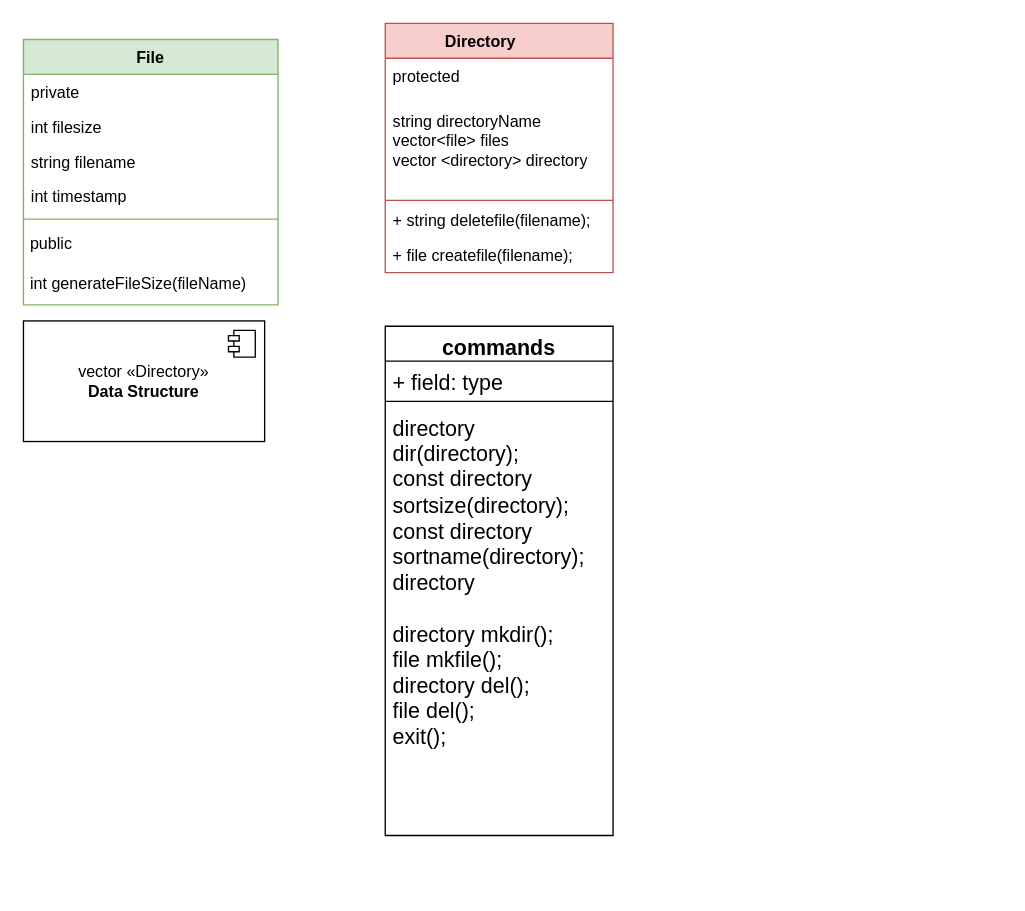
Above: FakeFileSystem.drawio in SultanFK1/FakeFileSystem-Assignment (draw.io), before the change. Source tidied: cells renumbered, new cells numbered last; positions are measured from the earlier drawing's top-left corner, leaving out a move shared by most shapes. Both pictures are drawn from the tidied source at 134%, with x=0, y=0 at pixel (23, 23).
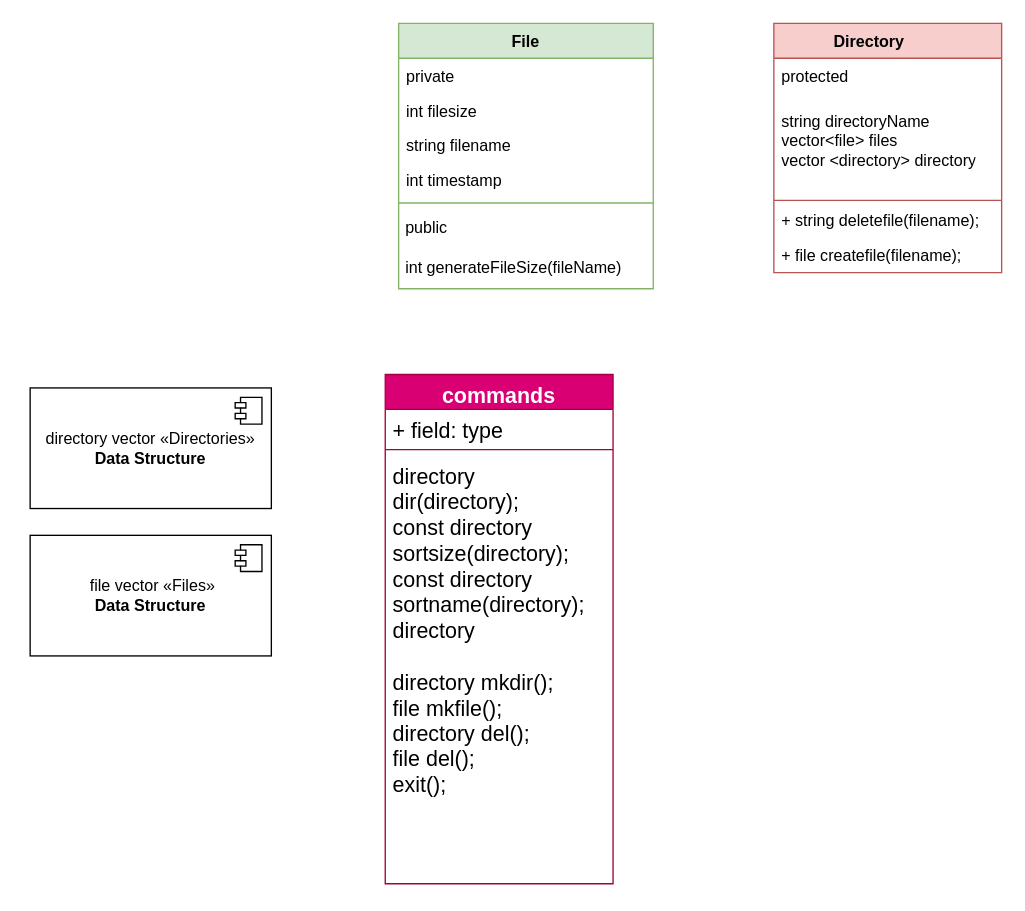
After the change.

Change to the diagram source:
```diff
@@
     <mxCell id="2" value="File" style="swimlane;fontStyle=1;align=center;verticalAlign=top;horizontal=1;startSize=26;whiteSpace=wrap;html=1;fillColor=#d5e8d4;strokeColor=#82b366;" parent="1" vertex="1">
-      <mxGeometry y="12" width="190" height="198" as="geometry" />
+      <mxGeometry x="280" width="190" height="198" as="geometry" />
     </mxCell>
@@
     <mxCell id="10" value="Directory&lt;span style=&quot;white-space: pre;&quot;&gt;&#9;&lt;/span&gt;" style="swimlane;fontStyle=1;align=center;verticalAlign=top;horizontal=1;startSize=26;whiteSpace=wrap;html=1;fillColor=#f8cecc;strokeColor=#b85450;" parent="1" vertex="1">
-      <mxGeometry x="270" width="170" height="186" as="geometry" />
+      <mxGeometry x="560" width="170" height="186" as="geometry" />
     </mxCell>
@@
-    <mxCell id="16" value="vector «Directory»&lt;br&gt;&lt;b&gt;Data Structure&lt;/b&gt;" style="html=1;whiteSpace=wrap;" parent="1" vertex="1">
-      <mxGeometry y="222" width="180" height="90" as="geometry" />
+    <mxCell id="16" value="directory vector «Directories»&lt;br&gt;&lt;b&gt;Data Structure&lt;/b&gt;" style="html=1;whiteSpace=wrap;" parent="1" vertex="1">
+      <mxGeometry x="5" y="272" width="180" height="90" as="geometry" />
     </mxCell>
@@
-    <mxCell id="18" value="commands" style="swimlane;fontStyle=1;align=center;verticalAlign=top;horizontal=1;startSize=26;whiteSpace=wrap;html=1;fontSize=16;" parent="1" vertex="1">
-      <mxGeometry x="270" y="226" width="170" height="380" as="geometry" />
+    <mxCell id="18" value="commands" style="swimlane;fontStyle=1;align=center;verticalAlign=top;horizontal=1;startSize=26;whiteSpace=wrap;html=1;fontSize=16;fillColor=#d80073;fontColor=#ffffff;strokeColor=#A50040;" parent="1" vertex="1">
+      <mxGeometry x="270" y="262" width="170" height="380" as="geometry" />
     </mxCell>
@@
+    <mxCell id="22" value="&amp;nbsp;file vector «Files»&lt;br&gt;&lt;b&gt;Data Structure&lt;/b&gt;" style="html=1;whiteSpace=wrap;" parent="1" vertex="1">
+      <mxGeometry x="5" y="382" width="180" height="90" as="geometry" />
+    </mxCell>
+    <mxCell id="23" style="shape=module;jettyWidth=8;jettyHeight=4;" parent="22" vertex="1">
+      <mxGeometry x="1" width="20" height="20" relative="1" as="geometry">
+        <mxPoint x="-27" y="7" as="offset" />
+      </mxGeometry>
+    </mxCell>
```
